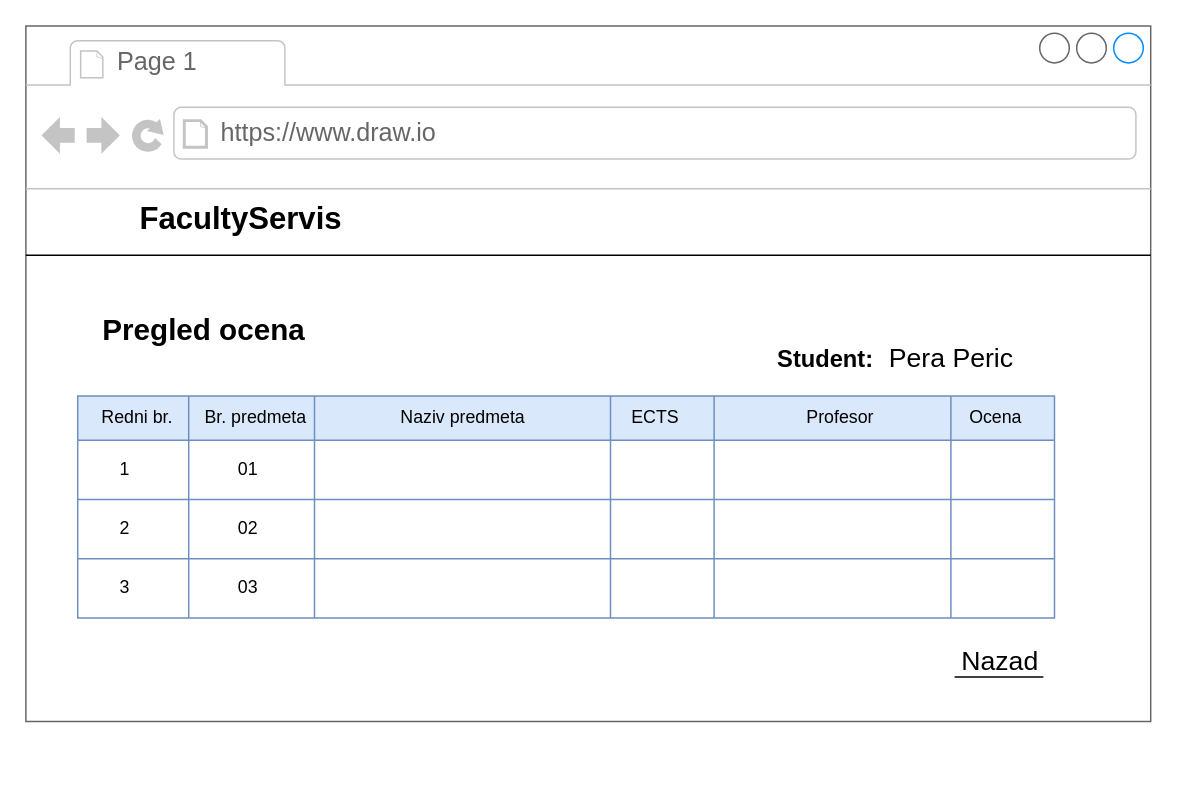
The draw.io diagram EObrazivanjeProjekat/Wireframes/StudentPregledIspita.drawio in milankrunic/EObrazovanjeProjekat2021, before the edit. Source tidied: cells renumbered, new cells numbered last; positions are measured from the earlier drawing's top-left corner, leaving out a move shared by most shapes. Both pictures are drawn from the tidied source at 148%, with x=0, y=0 at pixel (25, 25).
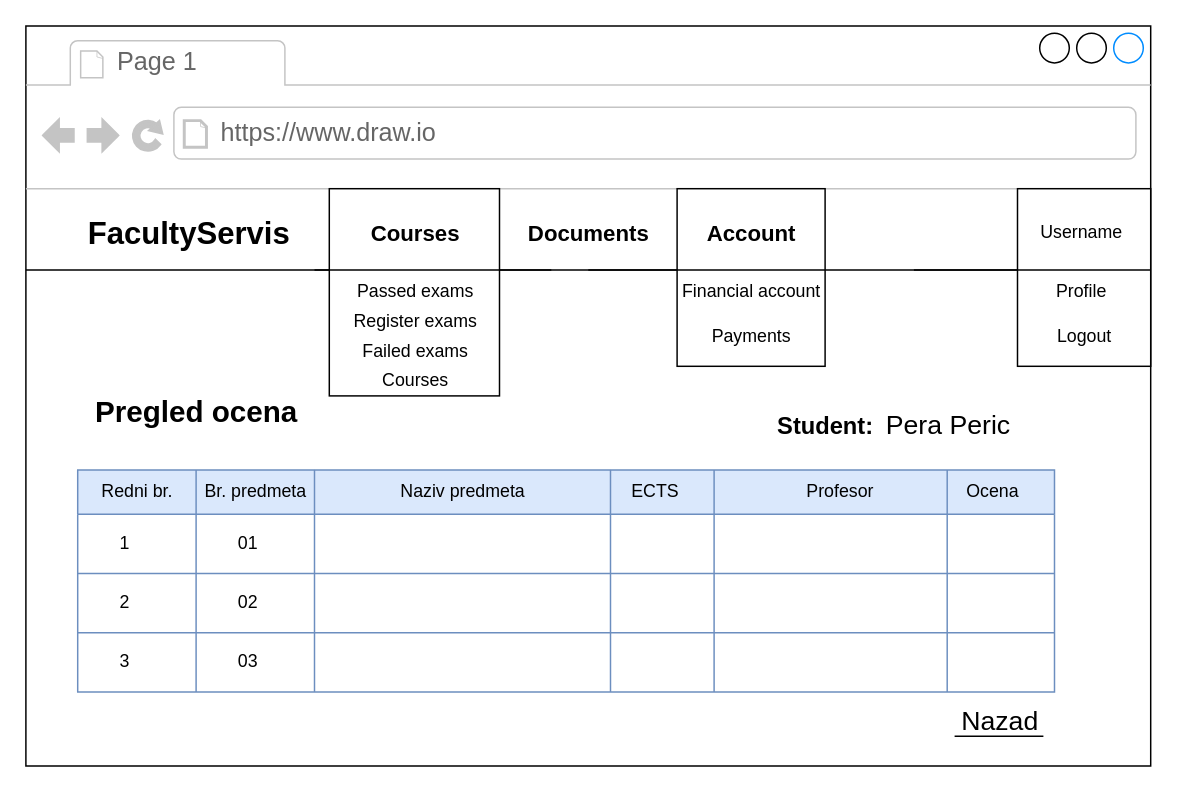
The same page after the edit.

Change to the diagram source:
```diff
@@
-    <mxCell id="2" style="strokeWidth=1;shadow=0;dashed=0;align=center;html=1;shape=mxgraph.mockup.containers.browserWindow;rSize=0;strokeColor=#666666;strokeColor2=#008cff;strokeColor3=#c4c4c4;mainText=,;" parent="1" vertex="1">
-      <mxGeometry width="760" height="470" as="geometry" />
+    <mxCell id="2" style="strokeWidth=1;shadow=0;dashed=0;align=center;html=1;shape=mxgraph.mockup.containers.browserWindow;rSize=0;strokeColor2=#008cff;strokeColor3=#c4c4c4;mainText=,;" parent="1" vertex="1">
+      <mxGeometry width="760" height="500" as="geometry" />
     </mxCell>
@@
     <mxCell id="5" style="line;strokeWidth=1;html=1;perimeter=backbonePerimeter;" parent="2" vertex="1">
-      <mxGeometry y="150" width="760" height="10" as="geometry" />
+      <mxGeometry y="160" width="760" height="10" as="geometry" />
     </mxCell>
     <mxCell id="6" value="&lt;b style=&quot;font-size: 21px&quot;&gt;FacultyServis&lt;/b&gt;" style="text;html=1;align=center;verticalAlign=middle;" parent="2" vertex="1">
-      <mxGeometry x="70" y="120" width="150" height="20" as="geometry" />
+      <mxGeometry x="35" y="130" width="150" height="20" as="geometry" />
     </mxCell>
     <mxCell id="7" style="shape=table;html=1;whiteSpace=wrap;startSize=30;childLayout=tableLayout;fontStyle=1;align=center;fillColor=#dae8fc;strokeColor=#6c8ebf;" parent="2" vertex="1">
-      <mxGeometry x="35" y="250" width="660" height="150" as="geometry" />
+      <mxGeometry x="35" y="300" width="660" height="150" as="geometry" />
     </mxCell>
@@
     <mxCell id="20" style="line;strokeWidth=1;direction=south;html=1;perimeter=backbonePerimeter;fillColor=#dae8fc;strokeColor=#6c8ebf;" parent="2" vertex="1">
-      <mxGeometry x="105" y="250" width="10" height="150" as="geometry" />
+      <mxGeometry x="110" y="300" width="10" height="150" as="geometry" />
     </mxCell>
     <mxCell id="21" value="Redni br." style="text;html=1;align=center;verticalAlign=middle;" parent="2" vertex="1">
-      <mxGeometry x="45" y="255" width="60" height="20" as="geometry" />
+      <mxGeometry x="45" y="305" width="60" height="20" as="geometry" />
     </mxCell>
     <mxCell id="22" value="Br. predmeta" style="text;html=1;align=center;verticalAlign=middle;" parent="2" vertex="1">
-      <mxGeometry x="115" y="255" width="80" height="20" as="geometry" />
+      <mxGeometry x="115" y="305" width="80" height="20" as="geometry" />
     </mxCell>
     <mxCell id="23" style="line;strokeWidth=1;direction=south;html=1;perimeter=backbonePerimeter;fillColor=#dae8fc;strokeColor=#6c8ebf;" parent="2" vertex="1">
-      <mxGeometry x="180" y="250" width="30" height="30" as="geometry" />
+      <mxGeometry x="180" y="300" width="30" height="30" as="geometry" />
     </mxCell>
     <mxCell id="24" value="Naziv predmeta" style="text;html=1;align=center;verticalAlign=middle;" parent="2" vertex="1">
-      <mxGeometry x="245" y="255" width="100" height="20" as="geometry" />
+      <mxGeometry x="245" y="305" width="100" height="20" as="geometry" />
     </mxCell>
     <mxCell id="25" style="line;strokeWidth=1;direction=south;html=1;perimeter=backbonePerimeter;fillColor=#dae8fc;strokeColor=#6c8ebf;" parent="2" vertex="1">
-      <mxGeometry x="380" y="250" width="30" height="30" as="geometry" />
+      <mxGeometry x="380" y="300" width="30" height="30" as="geometry" />
     </mxCell>
     <mxCell id="26" value="Profesor" style="text;html=1;align=center;verticalAlign=middle;" parent="2" vertex="1">
-      <mxGeometry x="520" y="255" width="60" height="20" as="geometry" />
+      <mxGeometry x="520" y="305" width="60" height="20" as="geometry" />
     </mxCell>
     <mxCell id="27" style="line;strokeWidth=1;direction=south;html=1;perimeter=backbonePerimeter;fillColor=#dae8fc;strokeColor=#6c8ebf;" parent="2" vertex="1">
-      <mxGeometry x="620" y="250" width="10" height="150" as="geometry" />
+      <mxGeometry x="617.5" y="300" width="10" height="150" as="geometry" />
     </mxCell>
     <mxCell id="28" style="line;strokeWidth=1;direction=south;html=1;perimeter=backbonePerimeter;fillColor=#dae8fc;strokeColor=#6c8ebf;" parent="2" vertex="1">
-      <mxGeometry x="460" y="250" width="10" height="150" as="geometry" />
+      <mxGeometry x="460" y="300" width="10" height="150" as="geometry" />
     </mxCell>
     <mxCell id="29" value="ECTS" style="text;html=1;align=center;verticalAlign=middle;" parent="2" vertex="1">
-      <mxGeometry x="400" y="255" width="50" height="20" as="geometry" />
+      <mxGeometry x="400" y="305" width="50" height="20" as="geometry" />
     </mxCell>
     <mxCell id="30" value="Ocena" style="text;html=1;align=center;verticalAlign=middle;" parent="2" vertex="1">
-      <mxGeometry x="630" y="255" width="50" height="20" as="geometry" />
+      <mxGeometry x="627.5" y="305" width="50" height="20" as="geometry" />
     </mxCell>
     <mxCell id="31" value="&lt;font size=&quot;1&quot;&gt;&lt;b style=&quot;font-size: 16px&quot;&gt;Student:&lt;/b&gt;&lt;/font&gt;" style="text;html=1;align=center;verticalAlign=middle;" parent="2" vertex="1">
-      <mxGeometry x="500" y="215" width="80" height="20" as="geometry" />
+      <mxGeometry x="500" y="260" width="80" height="20" as="geometry" />
     </mxCell>
     <mxCell id="32" value="&lt;font style=&quot;font-size: 18px&quot;&gt;Pera Peric&lt;/font&gt;" style="text;html=1;align=center;verticalAlign=middle;" parent="2" vertex="1">
-      <mxGeometry x="575" y="215" width="100" height="20" as="geometry" />
+      <mxGeometry x="572.5" y="260" width="100" height="20" as="geometry" />
     </mxCell>
     <mxCell id="33" value="&lt;b&gt;&lt;font style=&quot;font-size: 20px&quot;&gt;Pregled ocena&lt;/font&gt;&lt;/b&gt;" style="text;html=1;align=center;verticalAlign=middle;" parent="2" vertex="1">
-      <mxGeometry x="45" y="195" width="150" height="20" as="geometry" />
+      <mxGeometry x="40" y="250" width="150" height="20" as="geometry" />
     </mxCell>
     <mxCell id="34" value="&lt;font style=&quot;font-size: 18px&quot;&gt;Nazad&lt;/font&gt;" style="text;html=1;align=center;verticalAlign=middle;" parent="2" vertex="1">
-      <mxGeometry x="622.5" y="420" width="70" height="20" as="geometry" />
+      <mxGeometry x="622.5" y="460" width="70" height="20" as="geometry" />
     </mxCell>
     <mxCell id="35" style="line;strokeWidth=1;html=1;perimeter=backbonePerimeter;" parent="2" vertex="1">
-      <mxGeometry x="627.5" y="430" width="60" height="20" as="geometry" />
+      <mxGeometry x="627.5" y="470" width="60" height="20" as="geometry" />
     </mxCell>
+    <mxCell id="36" style="rounded=0;whiteSpace=wrap;html=1;direction=south;" parent="2" vertex="1">
+      <mxGeometry x="205" y="110" width="115" height="140" as="geometry" />
+    </mxCell>
+    <mxCell id="37" style="line;strokeWidth=1;html=1;perimeter=backbonePerimeter;" parent="2" vertex="1">
+      <mxGeometry x="195" y="160" width="160" height="10" as="geometry" />
+    </mxCell>
+    <mxCell id="38" value="&lt;b&gt;&lt;font style=&quot;font-size: 15px&quot;&gt;Courses&lt;/font&gt;&lt;/b&gt;" style="text;html=1;align=center;verticalAlign=middle;" parent="2" vertex="1">
+      <mxGeometry x="222.5" y="130" width="80" height="20" as="geometry" />
+    </mxCell>
+    <mxCell id="39" value="Passed exams" style="text;html=1;align=center;verticalAlign=middle;" parent="2" vertex="1">
+      <mxGeometry x="217.5" y="170" width="90" height="20" as="geometry" />
+    </mxCell>
+    <mxCell id="40" value="Register exams" style="text;html=1;align=center;verticalAlign=middle;" parent="2" vertex="1">
+      <mxGeometry x="212.5" y="190" width="100" height="20" as="geometry" />
+    </mxCell>
+    <mxCell id="41" value="Failed exams" style="text;html=1;align=center;verticalAlign=middle;" parent="2" vertex="1">
+      <mxGeometry x="217.5" y="210" width="90" height="20" as="geometry" />
+    </mxCell>
+    <mxCell id="42" value="Courses" style="text;html=1;align=center;verticalAlign=middle;" parent="2" vertex="1">
+      <mxGeometry x="232.5" y="230" width="60" height="20" as="geometry" />
+    </mxCell>
+    <mxCell id="43" value="&lt;b&gt;&lt;font style=&quot;font-size: 15px&quot;&gt;Documents&lt;/font&gt;&lt;/b&gt;" style="text;html=1;align=center;verticalAlign=middle;" parent="2" vertex="1">
+      <mxGeometry x="330" y="130" width="100" height="20" as="geometry" />
+    </mxCell>
+    <mxCell id="44" style="rounded=0;whiteSpace=wrap;html=1;strokeWidth=1;direction=south;" parent="2" vertex="1">
+      <mxGeometry x="440" y="110" width="100" height="120" as="geometry" />
+    </mxCell>
+    <mxCell id="45" value="&lt;b&gt;&lt;font style=&quot;font-size: 15px&quot;&gt;Account&lt;/font&gt;&lt;/b&gt;" style="text;html=1;align=center;verticalAlign=middle;" parent="2" vertex="1">
+      <mxGeometry x="450" y="130" width="80" height="20" as="geometry" />
+    </mxCell>
+    <mxCell id="46" style="line;strokeWidth=1;html=1;perimeter=backbonePerimeter;" parent="2" vertex="1">
+      <mxGeometry x="380" y="160" width="160" height="10" as="geometry" />
+    </mxCell>
+    <mxCell id="47" style="rounded=0;whiteSpace=wrap;html=1;strokeWidth=1;direction=south;" parent="2" vertex="1">
+      <mxGeometry x="670" y="110" width="90" height="120" as="geometry" />
+    </mxCell>
+    <mxCell id="48" style="line;strokeWidth=1;html=1;perimeter=backbonePerimeter;" parent="2" vertex="1">
+      <mxGeometry x="600" y="160" width="160" height="10" as="geometry" />
+    </mxCell>
+    <mxCell id="49" value="Username" style="text;html=1;align=center;verticalAlign=middle;" parent="2" vertex="1">
+      <mxGeometry x="677.5" y="130" width="70" height="20" as="geometry" />
+    </mxCell>
+    <mxCell id="50" value="Profile" style="text;html=1;align=center;verticalAlign=middle;" parent="2" vertex="1">
+      <mxGeometry x="687.5" y="170" width="50" height="20" as="geometry" />
+    </mxCell>
+    <mxCell id="51" value="Logout" style="text;html=1;align=center;verticalAlign=middle;" parent="2" vertex="1">
+      <mxGeometry x="690" y="200" width="50" height="20" as="geometry" />
+    </mxCell>
+    <mxCell id="52" value="Financial account" style="text;html=1;align=center;verticalAlign=middle;" parent="2" vertex="1">
+      <mxGeometry x="435" y="170" width="110" height="20" as="geometry" />
+    </mxCell>
+    <mxCell id="53" value="Payments" style="text;html=1;align=center;verticalAlign=middle;" parent="2" vertex="1">
+      <mxGeometry x="455" y="200" width="70" height="20" as="geometry" />
+    </mxCell>
```
